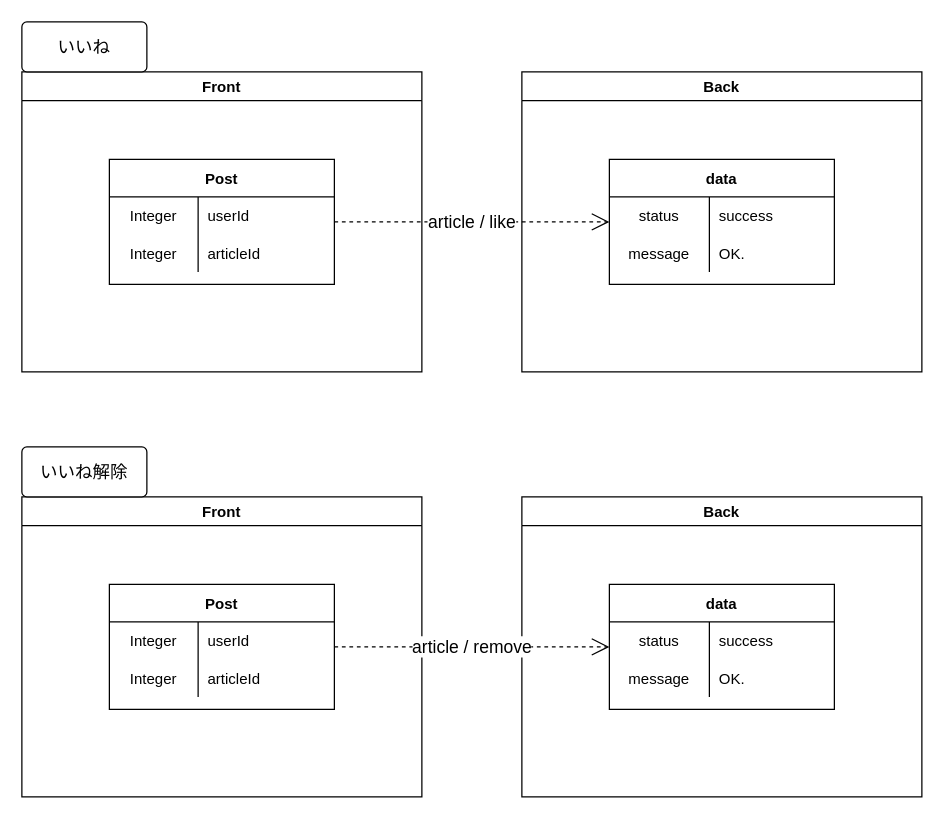
Earlier version of the draw.io diagram page "Like機能" (9 of 14) of Designs/基本設計.drawio (yusuke-rakus/Qiish). Source tidied: cells renumbered, new cells numbered last; positions are measured from the earlier drawing's top-left corner, leaving out a move shared by most shapes. Both pictures are drawn from the tidied source at 125%, with x=0, y=0 at pixel (21, 21).
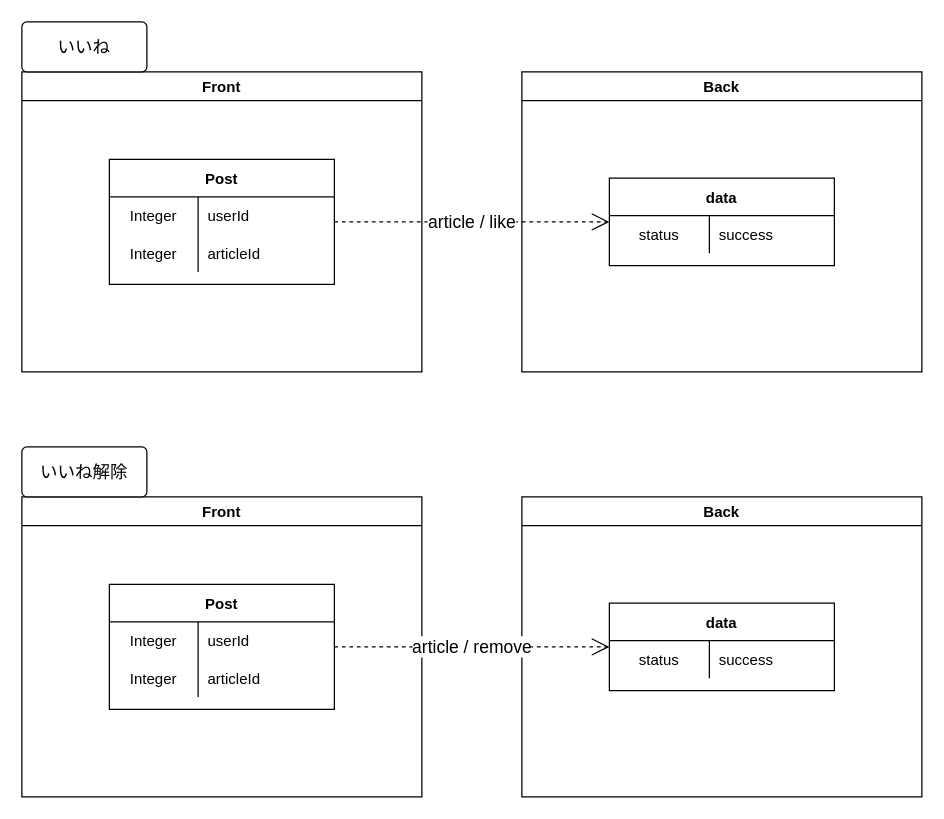
The same diagram, later.

Unchanged cells that the change refers to:
```xml
<mxCell id="10" value="Back" style="swimlane;" parent="1" vertex="1">
  <mxGeometry x="400" y="40" width="320" height="240" as="geometry" />
</mxCell>
<mxCell id="27" value="Back" style="swimlane;" parent="1" vertex="1">
  <mxGeometry x="400" y="380" width="320" height="240" as="geometry" />
</mxCell>
```

Diff of the diagram source:
```diff
@@
     <mxCell id="11" value="data" style="shape=table;startSize=30;childLayout=tableLayout;rowLines=0;fontStyle=1;align=center;" parent="10" vertex="1">
-      <mxGeometry x="70" y="70" width="180" height="100" as="geometry" />
+      <mxGeometry x="70" y="85" width="180" height="70" as="geometry" />
     </mxCell>
@@
-    <mxCell id="15" style="shape=partialRectangle;fillColor=none;top=0;left=0;bottom=0;right=0;" parent="11" vertex="1">
-      <mxGeometry y="60" width="180" height="30" as="geometry" />
-    </mxCell>
-    <mxCell id="16" value="message" style="shape=partialRectangle;fillColor=none;top=0;left=0;bottom=0;right=0;fontStyle=0;overflow=hidden;" parent="15" vertex="1">
-      <mxGeometry width="80" height="30" as="geometry" />
-    </mxCell>
-    <mxCell id="17" value="OK." style="shape=partialRectangle;fillColor=none;top=0;left=0;bottom=0;right=0;align=left;spacingLeft=6;fontStyle=0;overflow=hidden;" parent="15" vertex="1">
-      <mxGeometry x="80" width="100" height="30" as="geometry" />
-    </mxCell>
@@
     <mxCell id="28" value="data" style="shape=table;startSize=30;childLayout=tableLayout;rowLines=0;fontStyle=1;align=center;" parent="27" vertex="1">
-      <mxGeometry x="70" y="70" width="180" height="100" as="geometry" />
+      <mxGeometry x="70" y="85" width="180" height="70" as="geometry" />
     </mxCell>
@@
-    <mxCell id="32" style="shape=partialRectangle;fillColor=none;top=0;left=0;bottom=0;right=0;" parent="28" vertex="1">
-      <mxGeometry y="60" width="180" height="30" as="geometry" />
-    </mxCell>
-    <mxCell id="33" value="message" style="shape=partialRectangle;fillColor=none;top=0;left=0;bottom=0;right=0;fontStyle=0;overflow=hidden;" parent="32" vertex="1">
-      <mxGeometry width="80" height="30" as="geometry" />
-    </mxCell>
-    <mxCell id="34" value="OK." style="shape=partialRectangle;fillColor=none;top=0;left=0;bottom=0;right=0;align=left;spacingLeft=6;fontStyle=0;overflow=hidden;" parent="32" vertex="1">
-      <mxGeometry x="80" width="100" height="30" as="geometry" />
-    </mxCell>
```
